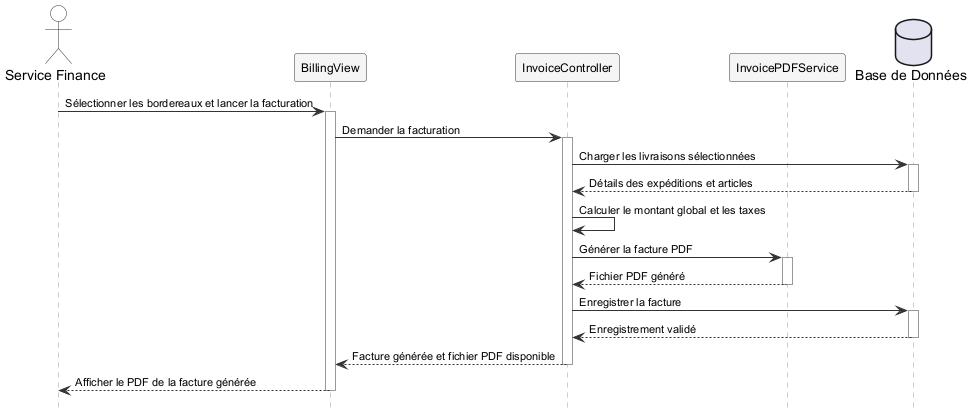
This is Rapport/diagrams/sprint6_seq.png from ayoubmek/PFE_data_science, a PlantUML export, as it was before one commit. Source of this version:
```plantuml
@startuml sprint6_seq
hide footbox
skinparam backgroundColor White
skinparam sequence {
  BackgroundColor White
  BorderColor #333333
  ArrowColor #333333
  ActorBorderColor #333333
  ActorBackgroundColor White
  ParticipantBorderColor #333333
  ParticipantBackgroundColor #F5F5F5
  ParticipantFontName Arial
  ParticipantFontSize 12
  ArrowFontName Arial
  ArrowFontSize 11
  LifeLineBorderColor #999999
  ActivationBorderColor #333333
  ActivationBackgroundColor #E8E8E8
}
skinparam noteFontName Arial
skinparam noteFontSize 11
skinparam noteBorderColor #333333
skinparam noteBackgroundColor #FFFFF0

actor "Service Finance" as FIN
participant "BillingView" as WEB
participant "InvoiceController" as SRV
participant "InvoicePDFService" as PDF
database "Base de Données" as DB

FIN -> WEB : Sélectionner les bordereaux et lancer la facturation
activate WEB

WEB -> SRV : Demander la facturation
activate SRV

SRV -> DB : Charger les livraisons sélectionnées
activate DB
DB --> SRV : Détails des expéditions et articles
deactivate DB

SRV -> SRV : Calculer le montant global et les taxes

SRV -> PDF : Générer la facture PDF
activate PDF
PDF --> SRV : Fichier PDF généré
deactivate PDF

SRV -> DB : Enregistrer la facture
activate DB
DB --> SRV : Enregistrement validé
deactivate DB

SRV --> WEB : Facture générée et fichier PDF disponible
deactivate SRV

WEB --> FIN : Afficher le PDF de la facture générée
deactivate WEB

@enduml
```
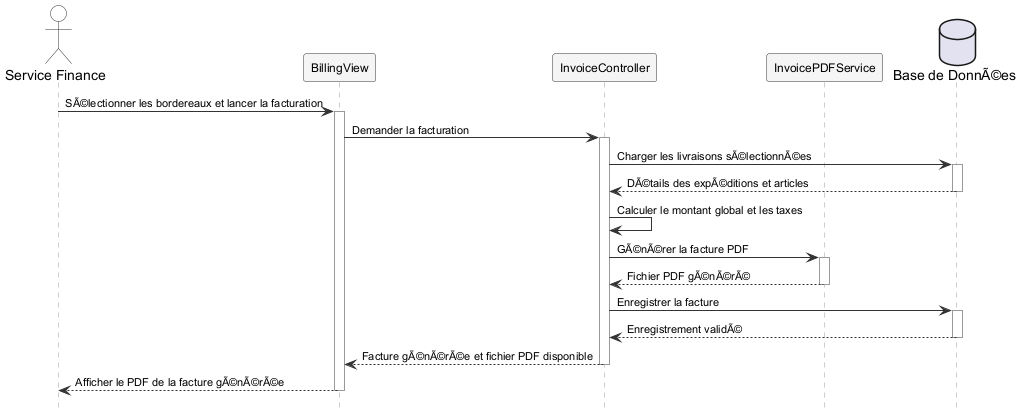
Later version of the same file.

Diff of the diagram source:
```diff
@@ -26,35 +26,35 @@
 participant "BillingView" as WEB
 participant "InvoiceController" as SRV
 participant "InvoicePDFService" as PDF
-database "Base de Données" as DB
+database "Base de DonnÃ©es" as DB
 
-FIN -> WEB : Sélectionner les bordereaux et lancer la facturation
+FIN -> WEB : SÃ©lectionner les bordereaux et lancer la facturation
 activate WEB
 
 WEB -> SRV : Demander la facturation
 activate SRV
 
-SRV -> DB : Charger les livraisons sélectionnées
+SRV -> DB : Charger les livraisons sÃ©lectionnÃ©es
 activate DB
-DB --> SRV : Détails des expéditions et articles
+DB --> SRV : DÃ©tails des expÃ©ditions et articles
 deactivate DB
 
 SRV -> SRV : Calculer le montant global et les taxes
 
-SRV -> PDF : Générer la facture PDF
+SRV -> PDF : GÃ©nÃ©rer la facture PDF
 activate PDF
-PDF --> SRV : Fichier PDF généré
+PDF --> SRV : Fichier PDF gÃ©nÃ©rÃ©
 deactivate PDF
 
 SRV -> DB : Enregistrer la facture
 activate DB
-DB --> SRV : Enregistrement validé
+DB --> SRV : Enregistrement validÃ©
 deactivate DB
 
-SRV --> WEB : Facture générée et fichier PDF disponible
+SRV --> WEB : Facture gÃ©nÃ©rÃ©e et fichier PDF disponible
 deactivate SRV
 
-WEB --> FIN : Afficher le PDF de la facture générée
+WEB --> FIN : Afficher le PDF de la facture gÃ©nÃ©rÃ©e
 deactivate WEB
 
 @enduml
```
